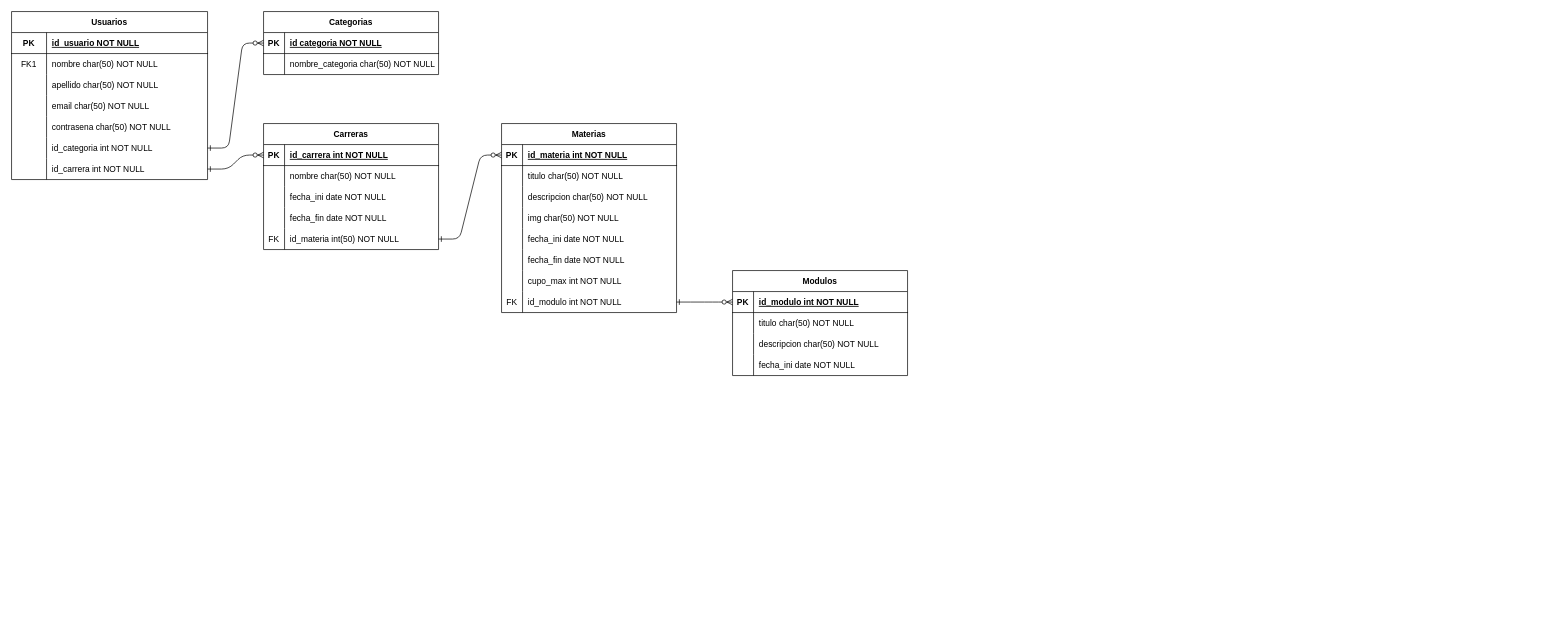
The draw.io diagram Playground.drawio in raulgm00/draw.oi, before the edit. Source tidied: cells renumbered, new cells numbered last; positions are measured from the earlier drawing's top-left corner, leaving out a move shared by most shapes. Both pictures are drawn from the tidied source at 70%, with x=0, y=0 at pixel (11, 11).
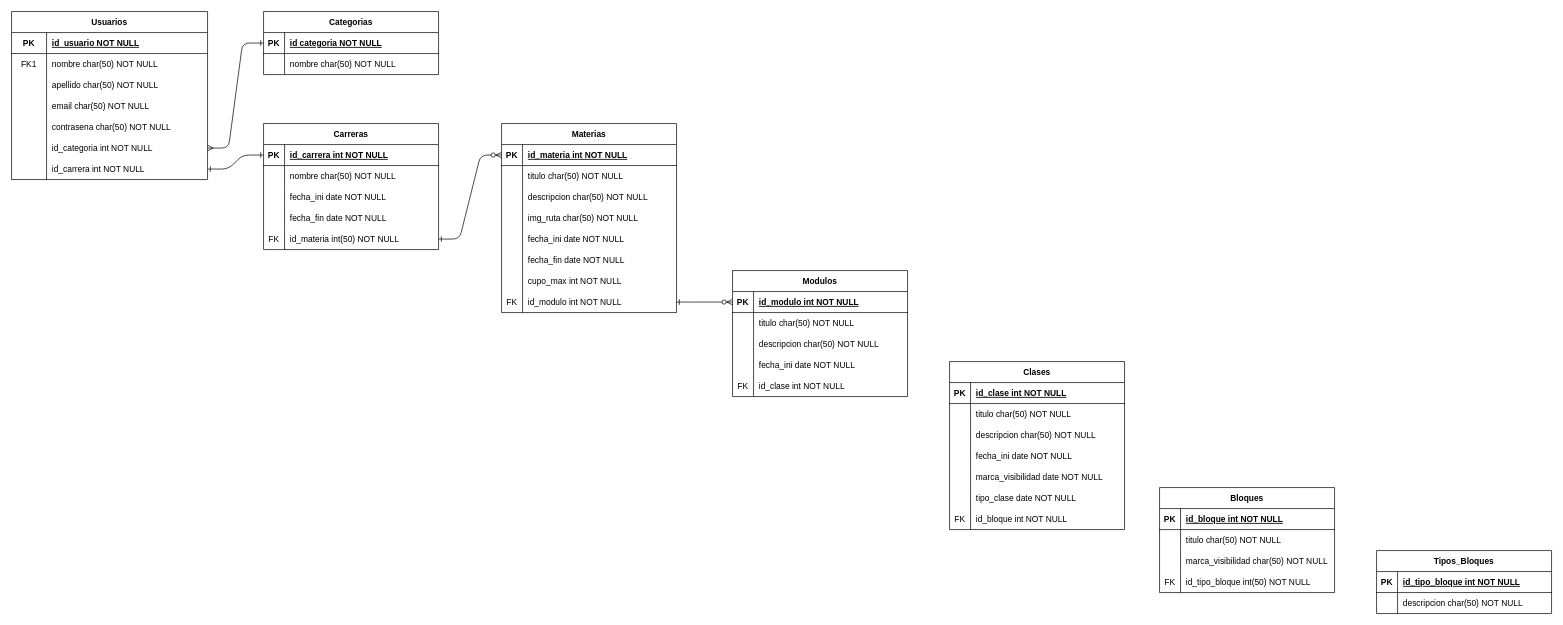
The same page after the edit.

Unchanged cells that the change refers to:
```xml
<mxCell id="5" style="shape=partialRectangle;fillColor=none;points=[[0,0.5],[1,0.5]];portConstraint=eastwest;top=0;left=0;right=0;bottom=1;" parent="4" vertex="1">
  <mxGeometry y="30" width="250" height="30" as="geometry" />
</mxCell>
<mxCell id="8" style="shape=partialRectangle;fillColor=none;top=0;left=0;right=0;bottom=0;" parent="4" vertex="1">
  <mxGeometry y="60" width="250" height="30" as="geometry" />
</mxCell>
<mxCell id="12" style="shape=partialRectangle;fillColor=none;points=[[0,0.5],[1,0.5]];portConstraint=eastwest;top=0;left=0;right=0;bottom=1;" parent="11" vertex="1">
  <mxGeometry y="30" width="250" height="30" as="geometry" />
</mxCell>
<mxCell id="43" style="shape=partialRectangle;fillColor=none;points=[[0,0.5],[1,0.5]];portConstraint=eastwest;top=0;left=0;right=0;bottom=0;" parent="27" vertex="1">
  <mxGeometry y="180" width="280" height="30" as="geometry" />
</mxCell>
<mxCell id="46" style="shape=partialRectangle;fillColor=none;points=[[0,0.5],[1,0.5]];portConstraint=eastwest;top=0;left=0;right=0;bottom=0;" parent="27" vertex="1">
  <mxGeometry y="210" width="280" height="30" as="geometry" />
</mxCell>
<mxCell id="59" style="shape=partialRectangle;fillColor=none;top=0;left=0;right=0;bottom=0;" parent="49" vertex="1">
  <mxGeometry y="120" width="250" height="30" as="geometry" />
</mxCell>
```

What changed in the source:
```diff
@@
-    <mxCell id="2" style="edgeStyle=entityRelationEdgeStyle;endArrow=ERzeroToMany;startArrow=ERone;endFill=1;startFill=0;entryX=0;entryY=0.5;entryDx=0;entryDy=0;exitX=1;exitY=0.5;exitDx=0;exitDy=0;" parent="1" edge="1" source="43" target="5">
+    <mxCell id="2" style="edgeStyle=entityRelationEdgeStyle;endArrow=ERone;startArrow=ERmany;endFill=0;startFill=0;entryX=0;entryY=0.5;entryDx=0;entryDy=0;exitX=1;exitY=0.5;exitDx=0;exitDy=0;" parent="1" edge="1" source="43" target="5">
       <mxGeometry relative="1" as="geometry" />
     </mxCell>
-    <mxCell id="3" style="edgeStyle=entityRelationEdgeStyle;endArrow=ERzeroToMany;startArrow=ERone;endFill=1;startFill=0;entryX=0;entryY=0.5;entryDx=0;entryDy=0;" parent="1" edge="1" source="46" target="12">
+    <mxCell id="3" style="edgeStyle=entityRelationEdgeStyle;endArrow=ERone;startArrow=ERone;endFill=0;startFill=0;entryX=0;entryY=0.5;entryDx=0;entryDy=0;" parent="1" edge="1" source="46" target="12">
       <mxGeometry relative="1" as="geometry" />
     </mxCell>
@@
-    <mxCell id="10" value="nombre_categoria char(50) NOT NULL" style="shape=partialRectangle;overflow=hidden;fillColor=none;top=0;left=0;bottom=0;right=0;align=left;spacingLeft=6;" parent="8" vertex="1">
+    <mxCell id="10" value="nombre char(50) NOT NULL" style="shape=partialRectangle;overflow=hidden;fillColor=none;top=0;left=0;bottom=0;right=0;align=left;spacingLeft=6;" parent="8" vertex="1">
       <mxGeometry x="30" width="220" height="30" as="geometry" />
     </mxCell>
@@
-    <mxCell id="61" value="img char(50) NOT NULL" style="shape=partialRectangle;overflow=hidden;fillColor=none;top=0;left=0;bottom=0;right=0;align=left;spacingLeft=6;" parent="59" vertex="1">
+    <mxCell id="61" value="img_ruta char(50) NOT NULL" style="shape=partialRectangle;overflow=hidden;fillColor=none;top=0;left=0;bottom=0;right=0;align=left;spacingLeft=6;" parent="59" vertex="1">
       <mxGeometry x="30" width="220" height="30" as="geometry" />
     </mxCell>
@@
     <mxCell id="75" value="Modulos" style="shape=table;startSize=30;childLayout=tableLayout;rowLines=0;fontStyle=1;align=center;" parent="1" vertex="1">
-      <mxGeometry x="1030" y="370" width="250" height="150" as="geometry" />
+      <mxGeometry x="1030" y="370" width="250" height="180" as="geometry" />
     </mxCell>
@@
+    <mxCell id="89" style="shape=partialRectangle;fillColor=none;top=0;left=0;right=0;bottom=0;" parent="75" vertex="1">
+      <mxGeometry y="120" width="250" height="30" as="geometry" />
+    </mxCell>
+    <mxCell id="90" style="shape=partialRectangle;overflow=hidden;fillColor=none;top=0;left=0;bottom=0;right=0;" parent="89" vertex="1">
+      <mxGeometry width="30" height="30" as="geometry" />
+    </mxCell>
+    <mxCell id="91" value="fecha_ini date NOT NULL" style="shape=partialRectangle;overflow=hidden;fillColor=none;top=0;left=0;bottom=0;right=0;align=left;spacingLeft=6;" parent="89" vertex="1">
+      <mxGeometry x="30" width="220" height="30" as="geometry" />
+    </mxCell>
     <mxCell id="85" style="shape=partialRectangle;fillColor=none;top=0;left=0;right=0;bottom=0;" parent="75" vertex="1">
-      <mxGeometry y="120" width="250" height="30" as="geometry" />
+      <mxGeometry y="150" width="250" height="30" as="geometry" />
     </mxCell>
-    <mxCell id="86" style="shape=partialRectangle;overflow=hidden;fillColor=none;top=0;left=0;bottom=0;right=0;" parent="85" vertex="1">
+    <mxCell id="86" value="FK" style="shape=partialRectangle;overflow=hidden;fillColor=none;top=0;left=0;bottom=0;right=0;" parent="85" vertex="1">
       <mxGeometry width="30" height="30" as="geometry" />
     </mxCell>
-    <mxCell id="87" value="fecha_ini date NOT NULL" style="shape=partialRectangle;overflow=hidden;fillColor=none;top=0;left=0;bottom=0;right=0;align=left;spacingLeft=6;" parent="85" vertex="1">
+    <mxCell id="87" value="id_clase int NOT NULL" style="shape=partialRectangle;overflow=hidden;fillColor=none;top=0;left=0;bottom=0;right=0;align=left;spacingLeft=6;" parent="85" vertex="1">
       <mxGeometry x="30" width="220" height="30" as="geometry" />
     </mxCell>
@@
+    <mxCell id="92" value="Clases" style="shape=table;startSize=30;childLayout=tableLayout;rowLines=0;fontStyle=1;align=center;" parent="1" vertex="1">
+      <mxGeometry x="1340" y="500" width="250" height="240" as="geometry" />
+    </mxCell>
+    <mxCell id="93" style="shape=partialRectangle;fillColor=none;top=0;left=0;right=0;bottom=1;" parent="92" vertex="1">
+      <mxGeometry y="30" width="250" height="30" as="geometry" />
+    </mxCell>
+    <mxCell id="94" value="PK" style="shape=partialRectangle;overflow=hidden;fillColor=none;top=0;left=0;bottom=0;right=0;fontStyle=1;" parent="93" vertex="1">
+      <mxGeometry width="30" height="30" as="geometry" />
+    </mxCell>
+    <mxCell id="95" value="id_clase int NOT NULL " style="shape=partialRectangle;overflow=hidden;fillColor=none;top=0;left=0;bottom=0;right=0;align=left;spacingLeft=6;fontStyle=5;" parent="93" vertex="1">
+      <mxGeometry x="30" width="220" height="30" as="geometry" />
+    </mxCell>
+    <mxCell id="96" style="shape=partialRectangle;fillColor=none;top=0;left=0;right=0;bottom=0;" parent="92" vertex="1">
+      <mxGeometry y="60" width="250" height="30" as="geometry" />
+    </mxCell>
+    <mxCell id="97" style="shape=partialRectangle;overflow=hidden;fillColor=none;top=0;left=0;bottom=0;right=0;" parent="96" vertex="1">
+      <mxGeometry width="30" height="30" as="geometry" />
+    </mxCell>
+    <mxCell id="98" value="titulo char(50) NOT NULL" style="shape=partialRectangle;overflow=hidden;fillColor=none;top=0;left=0;bottom=0;right=0;align=left;spacingLeft=6;" parent="96" vertex="1">
+      <mxGeometry x="30" width="220" height="30" as="geometry" />
+    </mxCell>
+    <mxCell id="99" style="shape=partialRectangle;fillColor=none;top=0;left=0;right=0;bottom=0;" parent="92" vertex="1">
+      <mxGeometry y="90" width="250" height="30" as="geometry" />
+    </mxCell>
+    <mxCell id="100" style="shape=partialRectangle;overflow=hidden;fillColor=none;top=0;left=0;bottom=0;right=0;" parent="99" vertex="1">
+      <mxGeometry width="30" height="30" as="geometry" />
+    </mxCell>
+    <mxCell id="101" value="descripcion char(50) NOT NULL" style="shape=partialRectangle;overflow=hidden;fillColor=none;top=0;left=0;bottom=0;right=0;align=left;spacingLeft=6;" parent="99" vertex="1">
+      <mxGeometry x="30" width="220" height="30" as="geometry" />
+    </mxCell>
+    <mxCell id="102" style="shape=partialRectangle;fillColor=none;top=0;left=0;right=0;bottom=0;" parent="92" vertex="1">
+      <mxGeometry y="120" width="250" height="30" as="geometry" />
+    </mxCell>
+    <mxCell id="103" style="shape=partialRectangle;overflow=hidden;fillColor=none;top=0;left=0;bottom=0;right=0;" parent="102" vertex="1">
+      <mxGeometry width="30" height="30" as="geometry" />
+    </mxCell>
+    <mxCell id="104" value="fecha_ini date NOT NULL" style="shape=partialRectangle;overflow=hidden;fillColor=none;top=0;left=0;bottom=0;right=0;align=left;spacingLeft=6;" parent="102" vertex="1">
+      <mxGeometry x="30" width="220" height="30" as="geometry" />
+    </mxCell>
+    <mxCell id="105" style="shape=partialRectangle;fillColor=none;top=0;left=0;right=0;bottom=0;" parent="92" vertex="1">
+      <mxGeometry y="150" width="250" height="30" as="geometry" />
+    </mxCell>
+    <mxCell id="106" style="shape=partialRectangle;overflow=hidden;fillColor=none;top=0;left=0;bottom=0;right=0;" parent="105" vertex="1">
+      <mxGeometry width="30" height="30" as="geometry" />
+    </mxCell>
+    <mxCell id="107" value="marca_visibilidad date NOT NULL" style="shape=partialRectangle;overflow=hidden;fillColor=none;top=0;left=0;bottom=0;right=0;align=left;spacingLeft=6;" parent="105" vertex="1">
+      <mxGeometry x="30" width="220" height="30" as="geometry" />
+    </mxCell>
+    <mxCell id="108" style="shape=partialRectangle;fillColor=none;top=0;left=0;right=0;bottom=0;" parent="92" vertex="1">
+      <mxGeometry y="180" width="250" height="30" as="geometry" />
+    </mxCell>
+    <mxCell id="109" style="shape=partialRectangle;overflow=hidden;fillColor=none;top=0;left=0;bottom=0;right=0;" parent="108" vertex="1">
+      <mxGeometry width="30" height="30" as="geometry" />
+    </mxCell>
+    <mxCell id="110" value="tipo_clase date NOT NULL" style="shape=partialRectangle;overflow=hidden;fillColor=none;top=0;left=0;bottom=0;right=0;align=left;spacingLeft=6;" parent="108" vertex="1">
+      <mxGeometry x="30" width="220" height="30" as="geometry" />
+    </mxCell>
+    <mxCell id="111" style="shape=partialRectangle;fillColor=none;top=0;left=0;right=0;bottom=0;" parent="92" vertex="1">
+      <mxGeometry y="210" width="250" height="30" as="geometry" />
+    </mxCell>
+    <mxCell id="112" value="FK" style="shape=partialRectangle;overflow=hidden;fillColor=none;top=0;left=0;bottom=0;right=0;" parent="111" vertex="1">
+      <mxGeometry width="30" height="30" as="geometry" />
+    </mxCell>
+    <mxCell id="113" value="id_bloque int NOT NULL" style="shape=partialRectangle;overflow=hidden;fillColor=none;top=0;left=0;bottom=0;right=0;align=left;spacingLeft=6;" parent="111" vertex="1">
+      <mxGeometry x="30" width="220" height="30" as="geometry" />
+    </mxCell>
+    <mxCell id="114" value="Bloques" style="shape=table;startSize=30;childLayout=tableLayout;rowLines=0;fontStyle=1;align=center;" parent="1" vertex="1">
+      <mxGeometry x="1640" y="680" width="250" height="150" as="geometry" />
+    </mxCell>
+    <mxCell id="115" style="shape=partialRectangle;fillColor=none;top=0;left=0;right=0;bottom=1;" parent="114" vertex="1">
+      <mxGeometry y="30" width="250" height="30" as="geometry" />
+    </mxCell>
+    <mxCell id="116" value="PK" style="shape=partialRectangle;overflow=hidden;fillColor=none;top=0;left=0;bottom=0;right=0;fontStyle=1;" parent="115" vertex="1">
+      <mxGeometry width="30" height="30" as="geometry" />
+    </mxCell>
+    <mxCell id="117" value="id_bloque int NOT NULL " style="shape=partialRectangle;overflow=hidden;fillColor=none;top=0;left=0;bottom=0;right=0;align=left;spacingLeft=6;fontStyle=5;" parent="115" vertex="1">
+      <mxGeometry x="30" width="220" height="30" as="geometry" />
+    </mxCell>
+    <mxCell id="118" style="shape=partialRectangle;fillColor=none;top=0;left=0;right=0;bottom=0;" parent="114" vertex="1">
+      <mxGeometry y="60" width="250" height="30" as="geometry" />
+    </mxCell>
+    <mxCell id="119" style="shape=partialRectangle;overflow=hidden;fillColor=none;top=0;left=0;bottom=0;right=0;" parent="118" vertex="1">
+      <mxGeometry width="30" height="30" as="geometry" />
+    </mxCell>
+    <mxCell id="120" value="titulo char(50) NOT NULL" style="shape=partialRectangle;overflow=hidden;fillColor=none;top=0;left=0;bottom=0;right=0;align=left;spacingLeft=6;" parent="118" vertex="1">
+      <mxGeometry x="30" width="220" height="30" as="geometry" />
+    </mxCell>
+    <mxCell id="121" style="shape=partialRectangle;fillColor=none;top=0;left=0;right=0;bottom=0;" parent="114" vertex="1">
+      <mxGeometry y="90" width="250" height="30" as="geometry" />
+    </mxCell>
+    <mxCell id="122" style="shape=partialRectangle;overflow=hidden;fillColor=none;top=0;left=0;bottom=0;right=0;" parent="121" vertex="1">
+      <mxGeometry width="30" height="30" as="geometry" />
+    </mxCell>
+    <mxCell id="123" value="marca_visibilidad char(50) NOT NULL" style="shape=partialRectangle;overflow=hidden;fillColor=none;top=0;left=0;bottom=0;right=0;align=left;spacingLeft=6;" parent="121" vertex="1">
+      <mxGeometry x="30" width="220" height="30" as="geometry" />
+    </mxCell>
+    <mxCell id="124" style="shape=partialRectangle;fillColor=none;top=0;left=0;right=0;bottom=0;" parent="114" vertex="1">
+      <mxGeometry y="120" width="250" height="30" as="geometry" />
+    </mxCell>
+    <mxCell id="125" value="FK" style="shape=partialRectangle;overflow=hidden;fillColor=none;top=0;left=0;bottom=0;right=0;" parent="124" vertex="1">
+      <mxGeometry width="30" height="30" as="geometry" />
+    </mxCell>
+    <mxCell id="126" value="id_tipo_bloque int(50) NOT NULL" style="shape=partialRectangle;overflow=hidden;fillColor=none;top=0;left=0;bottom=0;right=0;align=left;spacingLeft=6;" parent="124" vertex="1">
+      <mxGeometry x="30" width="220" height="30" as="geometry" />
+    </mxCell>
+    <mxCell id="127" value="Tipos_Bloques" style="shape=table;startSize=30;childLayout=tableLayout;rowLines=0;fontStyle=1;align=center;" parent="1" vertex="1">
+      <mxGeometry x="1950" y="770" width="250" height="90" as="geometry" />
+    </mxCell>
+    <mxCell id="128" style="shape=partialRectangle;fillColor=none;top=0;left=0;right=0;bottom=1;" parent="127" vertex="1">
+      <mxGeometry y="30" width="250" height="30" as="geometry" />
+    </mxCell>
+    <mxCell id="129" value="PK" style="shape=partialRectangle;overflow=hidden;fillColor=none;top=0;left=0;bottom=0;right=0;fontStyle=1;" parent="128" vertex="1">
+      <mxGeometry width="30" height="30" as="geometry" />
+    </mxCell>
+    <mxCell id="130" value="id_tipo_bloque int NOT NULL " style="shape=partialRectangle;overflow=hidden;fillColor=none;top=0;left=0;bottom=0;right=0;align=left;spacingLeft=6;fontStyle=5;" parent="128" vertex="1">
+      <mxGeometry x="30" width="220" height="30" as="geometry" />
+    </mxCell>
+    <mxCell id="131" style="shape=partialRectangle;fillColor=none;top=0;left=0;right=0;bottom=0;" parent="127" vertex="1">
+      <mxGeometry y="60" width="250" height="30" as="geometry" />
+    </mxCell>
+    <mxCell id="132" style="shape=partialRectangle;overflow=hidden;fillColor=none;top=0;left=0;bottom=0;right=0;" parent="131" vertex="1">
+      <mxGeometry width="30" height="30" as="geometry" />
+    </mxCell>
+    <mxCell id="133" value="descripcion char(50) NOT NULL" style="shape=partialRectangle;overflow=hidden;fillColor=none;top=0;left=0;bottom=0;right=0;align=left;spacingLeft=6;" parent="131" vertex="1">
+      <mxGeometry x="30" width="220" height="30" as="geometry" />
+    </mxCell>
```
